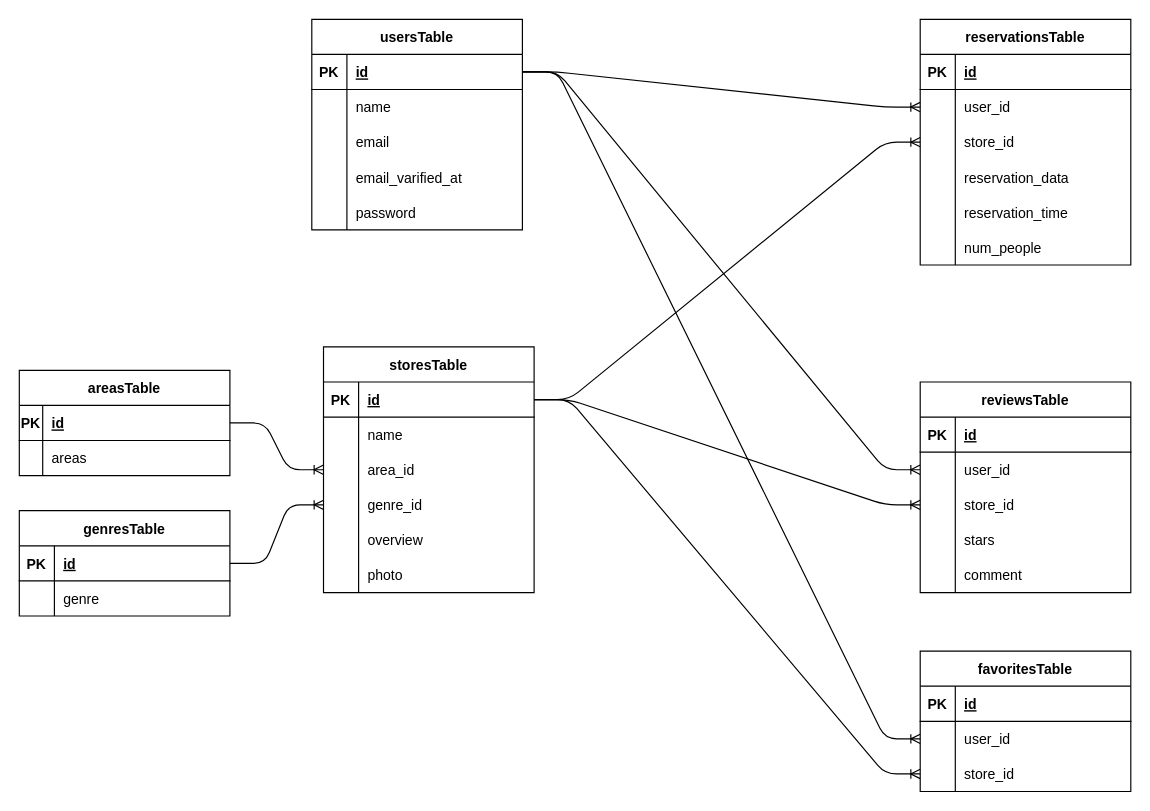
This is Rese.dio from hosomitadasi/Rese, a draw.io file, before an edit. Source tidied: cells renumbered, new cells numbered last; positions are measured from the earlier drawing's top-left corner, leaving out a move shared by most shapes. Both pictures are drawn from the tidied source at 117%, with x=0, y=0 at pixel (19, 19).
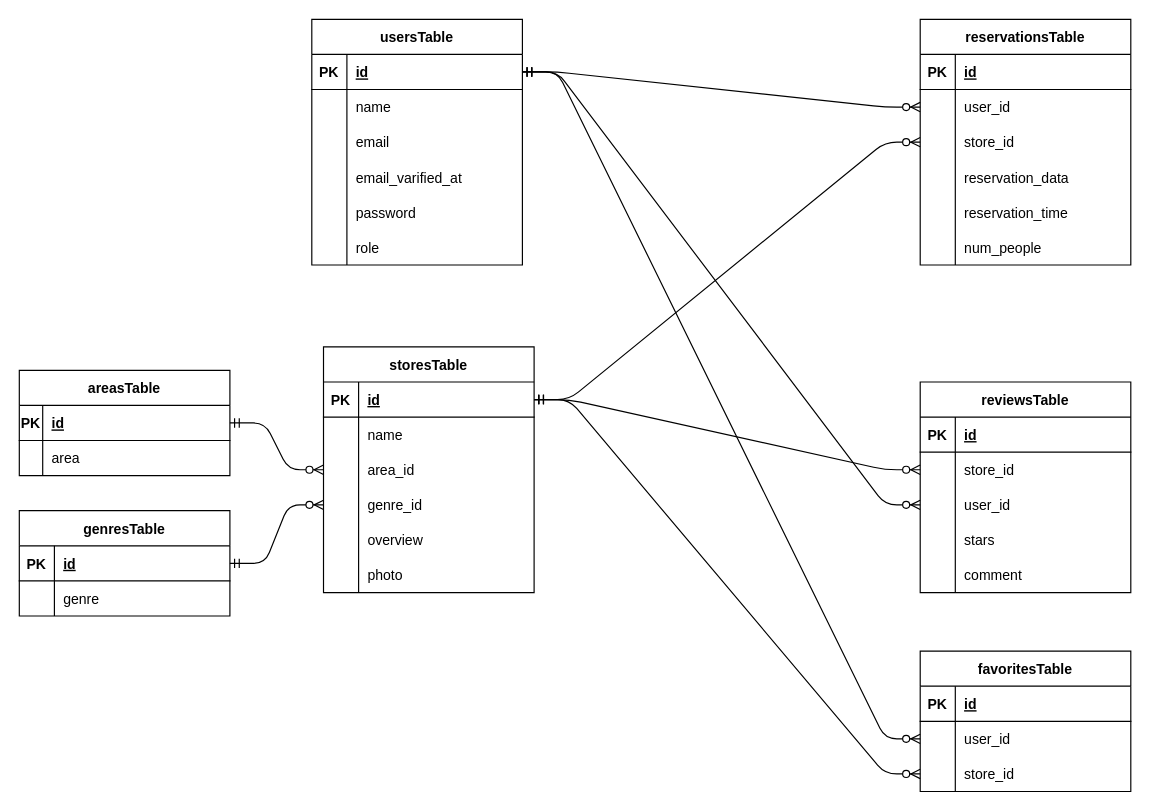
The same diagram, later.

Unchanged cells that the change refers to:
```xml
<mxCell id="6" style="shape=tableRow;horizontal=0;startSize=0;swimlaneHead=0;swimlaneBody=0;fillColor=none;points=[[0,0.5],[1,0.5]];portConstraint=eastwest;top=0;left=0;right=0;bottom=0;" parent="2" vertex="1">
  <mxGeometry y="60" width="180" height="30" as="geometry" />
</mxCell>
<mxCell id="9" style="shape=tableRow;horizontal=0;startSize=0;swimlaneHead=0;swimlaneBody=0;fillColor=none;points=[[0,0.5],[1,0.5]];portConstraint=eastwest;top=0;left=0;right=0;bottom=0;" parent="2" vertex="1">
  <mxGeometry y="90" width="180" height="30" as="geometry" />
</mxCell>
<mxCell id="22" style="shape=tableRow;horizontal=0;startSize=0;swimlaneHead=0;swimlaneBody=0;fillColor=none;points=[[0,0.5],[1,0.5]];portConstraint=eastwest;top=0;left=0;right=0;bottom=1;" parent="21" vertex="1">
  <mxGeometry y="30" width="180" height="30" as="geometry" />
</mxCell>
<mxCell id="32" style="shape=tableRow;horizontal=0;startSize=0;swimlaneHead=0;swimlaneBody=0;fillColor=none;points=[[0,0.5],[1,0.5]];portConstraint=eastwest;top=0;left=0;right=0;bottom=0;" parent="28" vertex="1">
  <mxGeometry y="60" width="180" height="30" as="geometry" />
</mxCell>
<mxCell id="35" style="shape=tableRow;horizontal=0;startSize=0;swimlaneHead=0;swimlaneBody=0;fillColor=none;points=[[0,0.5],[1,0.5]];portConstraint=eastwest;top=0;left=0;right=0;bottom=0;" parent="28" vertex="1">
  <mxGeometry y="90" width="180" height="30" as="geometry" />
</mxCell>
<mxCell id="42" style="shape=tableRow;horizontal=0;startSize=0;swimlaneHead=0;swimlaneBody=0;fillColor=none;points=[[0,0.5],[1,0.5]];portConstraint=eastwest;top=0;left=0;right=0;bottom=0;" parent="38" vertex="1">
  <mxGeometry y="60" width="180" height="30" as="geometry" />
</mxCell>
<mxCell id="45" style="shape=tableRow;horizontal=0;startSize=0;swimlaneHead=0;swimlaneBody=0;fillColor=none;points=[[0,0.5],[1,0.5]];portConstraint=eastwest;top=0;left=0;right=0;bottom=0;" parent="38" vertex="1">
  <mxGeometry y="90" width="180" height="30" as="geometry" />
</mxCell>
<mxCell id="55" style="shape=tableRow;horizontal=0;startSize=0;swimlaneHead=0;swimlaneBody=0;fillColor=none;points=[[0,0.5],[1,0.5]];portConstraint=eastwest;top=0;left=0;right=0;bottom=1;" parent="54" vertex="1">
  <mxGeometry y="30" width="180" height="30" as="geometry" />
</mxCell>
<mxCell id="58" style="shape=tableRow;horizontal=0;startSize=0;swimlaneHead=0;swimlaneBody=0;fillColor=none;top=0;left=0;right=0;bottom=0;" parent="54" vertex="1">
  <mxGeometry y="60" width="180" height="30" as="geometry" />
</mxCell>
<mxCell id="62" style="shape=tableRow;horizontal=0;startSize=0;swimlaneHead=0;swimlaneBody=0;fillColor=none;points=[[0,0.5],[1,0.5]];portConstraint=eastwest;top=0;left=0;right=0;bottom=1;" parent="61" vertex="1">
  <mxGeometry y="30" width="180" height="30" as="geometry" />
</mxCell>
<mxCell id="68" style="shape=tableRow;horizontal=0;startSize=0;swimlaneHead=0;swimlaneBody=0;fillColor=none;points=[[0,0.5],[1,0.5]];portConstraint=eastwest;top=0;left=0;right=0;bottom=0;" parent="61" vertex="1">
  <mxGeometry y="90" width="180" height="30" as="geometry" />
</mxCell>
<mxCell id="71" style="shape=tableRow;horizontal=0;startSize=0;swimlaneHead=0;swimlaneBody=0;fillColor=none;points=[[0,0.5],[1,0.5]];portConstraint=eastwest;top=0;left=0;right=0;bottom=0;" parent="61" vertex="1">
  <mxGeometry y="120" width="180" height="30" as="geometry" />
</mxCell>
<mxCell id="81" style="shape=tableRow;horizontal=0;startSize=0;swimlaneHead=0;swimlaneBody=0;fillColor=none;points=[[0,0.5],[1,0.5]];portConstraint=eastwest;top=0;left=0;right=0;bottom=1;" parent="80" vertex="1">
  <mxGeometry y="30" width="180" height="30" as="geometry" />
</mxCell>
```

The edit, as a diff of the source:
```diff
@@
-    <mxCell id="44" value="user_id" style="shape=partialRectangle;fillColor=none;top=0;left=0;bottom=0;right=0;align=left;spacingLeft=6;overflow=hidden;" parent="42" vertex="1">
+    <mxCell id="44" value="store_id" style="shape=partialRectangle;fillColor=none;top=0;left=0;bottom=0;right=0;align=left;spacingLeft=6;overflow=hidden;" parent="42" vertex="1">
       <mxGeometry x="30" width="150" height="30" as="geometry" />
     </mxCell>
@@
-    <mxCell id="47" value="store_id" style="shape=partialRectangle;fillColor=none;top=0;left=0;bottom=0;right=0;align=left;spacingLeft=6;overflow=hidden;" parent="45" vertex="1">
+    <mxCell id="47" value="user_id" style="shape=partialRectangle;fillColor=none;top=0;left=0;bottom=0;right=0;align=left;spacingLeft=6;overflow=hidden;" parent="45" vertex="1">
       <mxGeometry x="30" width="150" height="30" as="geometry" />
     </mxCell>
@@
-    <mxCell id="60" value="areas" style="shape=partialRectangle;fillColor=none;top=0;left=0;bottom=0;right=0;align=left;spacingLeft=6;overflow=hidden;" parent="58" vertex="1">
+    <mxCell id="60" value="area" style="shape=partialRectangle;fillColor=none;top=0;left=0;bottom=0;right=0;align=left;spacingLeft=6;overflow=hidden;" parent="58" vertex="1">
       <mxGeometry x="20" width="160" height="30" as="geometry" />
     </mxCell>
@@
     <mxCell id="80" value="usersTable" style="shape=table;startSize=30;childLayout=tableLayout;rowLines=0;fontStyle=1;align=center;" parent="1" vertex="1">
-      <mxGeometry x="250" width="180" height="180" as="geometry" />
+      <mxGeometry x="250" width="180" height="210" as="geometry" />
     </mxCell>
@@
+    <mxCell id="104" style="shape=tableRow;horizontal=0;startSize=0;swimlaneHead=0;swimlaneBody=0;fillColor=none;top=0;left=0;right=0;bottom=0;" parent="80" vertex="1">
+      <mxGeometry y="180" width="180" height="30" as="geometry" />
+    </mxCell>
+    <mxCell id="105" style="shape=partialRectangle;fillColor=none;top=0;left=0;bottom=0;right=0;overflow=hidden;" parent="104" vertex="1">
+      <mxGeometry width="30" height="30" as="geometry" />
+    </mxCell>
+    <mxCell id="106" value="role" style="shape=partialRectangle;fillColor=none;top=0;left=0;bottom=0;right=0;align=left;spacingLeft=6;overflow=hidden;" parent="104" vertex="1">
+      <mxGeometry x="30" width="150" height="30" as="geometry" />
+    </mxCell>
-    <mxCell id="96" style="edgeStyle=entityRelationEdgeStyle;fontSize=12;html=1;endArrow=ERoneToMany;entryX=0;entryY=0.5;entryDx=0;entryDy=0;exitX=1;exitY=0.5;exitDx=0;exitDy=0;" parent="1" edge="1" source="55" target="68">
+    <mxCell id="96" style="edgeStyle=entityRelationEdgeStyle;fontSize=12;html=1;endArrow=ERzeroToMany;startArrow=ERmandOne;entryX=0;entryY=0.5;entryDx=0;entryDy=0;exitX=1;exitY=0.5;exitDx=0;exitDy=0;" parent="1" edge="1" source="55" target="68">
       <mxGeometry relative="1" as="geometry" />
     </mxCell>
-    <mxCell id="97" style="edgeStyle=entityRelationEdgeStyle;fontSize=12;html=1;endArrow=ERoneToMany;entryX=0;entryY=0.5;entryDx=0;entryDy=0;exitX=1;exitY=0.5;exitDx=0;exitDy=0;" parent="1" edge="1" source="22" target="71">
+    <mxCell id="97" style="edgeStyle=entityRelationEdgeStyle;fontSize=12;html=1;endArrow=ERzeroToMany;startArrow=ERmandOne;exitX=1;exitY=0.5;exitDx=0;exitDy=0;entryX=0;entryY=0.5;entryDx=0;entryDy=0;" parent="1" edge="1" source="22" target="71">
       <mxGeometry relative="1" as="geometry" />
     </mxCell>
+    <mxCell id="103" style="edgeStyle=entityRelationEdgeStyle;fontSize=12;html=1;endArrow=ERzeroToMany;startArrow=ERmandOne;exitX=1;exitY=0.5;exitDx=0;exitDy=0;entryX=0;entryY=0.5;entryDx=0;entryDy=0;" parent="1" edge="1" source="62" target="35">
+      <mxGeometry relative="1" as="geometry" />
+    </mxCell>
+    <mxCell id="107" style="edgeStyle=entityRelationEdgeStyle;fontSize=12;html=1;endArrow=ERzeroToMany;startArrow=ERmandOne;entryX=0;entryY=0.5;entryDx=0;entryDy=0;exitX=1;exitY=0.5;exitDx=0;exitDy=0;" parent="1" edge="1" source="62" target="42">
+      <mxGeometry relative="1" as="geometry" />
+    </mxCell>
+    <mxCell id="101" style="edgeStyle=entityRelationEdgeStyle;fontSize=12;html=1;endArrow=ERzeroToMany;startArrow=ERmandOne;entryX=0;entryY=0.5;entryDx=0;entryDy=0;exitX=1;exitY=0.5;exitDx=0;exitDy=0;" parent="1" edge="1" source="62" target="9">
+      <mxGeometry relative="1" as="geometry" />
+    </mxCell>
-    <mxCell id="98" style="edgeStyle=entityRelationEdgeStyle;fontSize=12;html=1;endArrow=ERoneToMany;entryX=0;entryY=0.5;entryDx=0;entryDy=0;exitX=1;exitY=0.5;exitDx=0;exitDy=0;" parent="1" edge="1" source="81" target="6">
+    <mxCell id="98" style="edgeStyle=entityRelationEdgeStyle;fontSize=12;html=1;endArrow=ERzeroToMany;startArrow=ERmandOne;exitX=1;exitY=0.5;exitDx=0;exitDy=0;entryX=0;entryY=0.5;entryDx=0;entryDy=0;" parent="1" edge="1" source="81" target="6">
       <mxGeometry relative="1" as="geometry" />
     </mxCell>
-    <mxCell id="99" style="edgeStyle=entityRelationEdgeStyle;fontSize=12;html=1;endArrow=ERoneToMany;entryX=0;entryY=0.5;entryDx=0;entryDy=0;exitX=1;exitY=0.5;exitDx=0;exitDy=0;" parent="1" edge="1" source="81" target="42">
-      <mxGeometry relative="1" as="geometry" />
-    </mxCell>
+    <mxCell id="108" style="edgeStyle=entityRelationEdgeStyle;fontSize=12;html=1;endArrow=ERzeroToMany;startArrow=ERmandOne;exitX=1;exitY=0.5;exitDx=0;exitDy=0;entryX=0;entryY=0.5;entryDx=0;entryDy=0;" parent="1" edge="1" source="81" target="45">
+      <mxGeometry relative="1" as="geometry" />
+    </mxCell>
-    <mxCell id="100" style="edgeStyle=entityRelationEdgeStyle;fontSize=12;html=1;endArrow=ERoneToMany;exitX=1;exitY=0.5;exitDx=0;exitDy=0;entryX=0;entryY=0.5;entryDx=0;entryDy=0;" parent="1" edge="1" source="81" target="32">
+    <mxCell id="100" style="edgeStyle=entityRelationEdgeStyle;fontSize=12;html=1;endArrow=ERzeroToMany;startArrow=ERmandOne;exitX=1;exitY=0.5;exitDx=0;exitDy=0;entryX=0;entryY=0.5;entryDx=0;entryDy=0;" parent="1" edge="1" source="81" target="32">
       <mxGeometry relative="1" as="geometry" />
     </mxCell>
-    <mxCell id="101" style="edgeStyle=entityRelationEdgeStyle;fontSize=12;html=1;endArrow=ERoneToMany;exitX=1;exitY=0.5;exitDx=0;exitDy=0;entryX=0;entryY=0.5;entryDx=0;entryDy=0;" parent="1" edge="1" source="62" target="9">
-      <mxGeometry relative="1" as="geometry" />
-    </mxCell>
-    <mxCell id="102" style="edgeStyle=entityRelationEdgeStyle;fontSize=12;html=1;endArrow=ERoneToMany;exitX=1;exitY=0.5;exitDx=0;exitDy=0;entryX=0;entryY=0.5;entryDx=0;entryDy=0;" parent="1" edge="1" source="62" target="45">
-      <mxGeometry relative="1" as="geometry" />
-    </mxCell>
-    <mxCell id="103" style="edgeStyle=entityRelationEdgeStyle;fontSize=12;html=1;endArrow=ERoneToMany;exitX=1;exitY=0.5;exitDx=0;exitDy=0;entryX=0;entryY=0.5;entryDx=0;entryDy=0;" parent="1" edge="1" source="62" target="35">
-      <mxGeometry relative="1" as="geometry" />
-    </mxCell>
```
